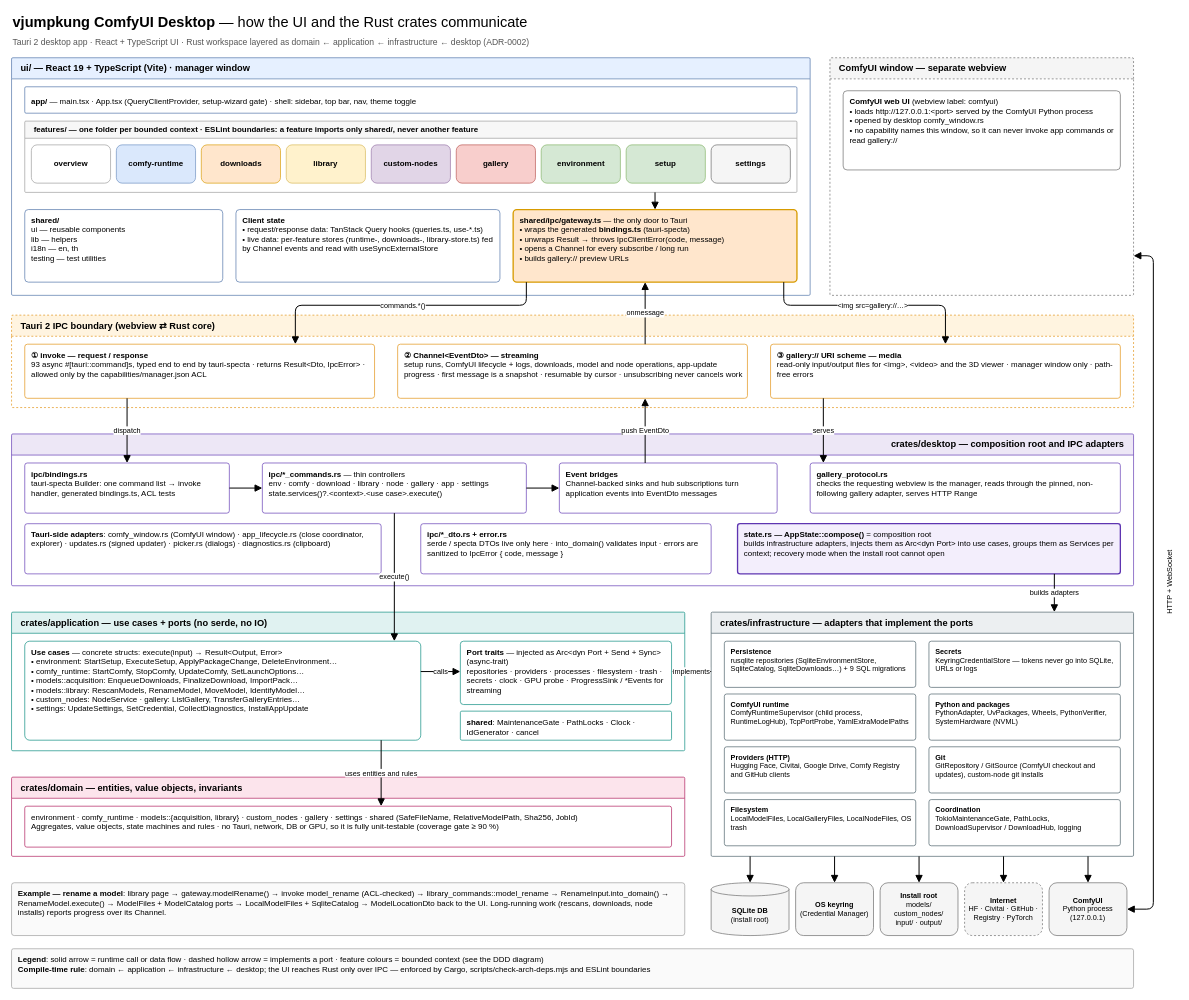
The draw.io diagram docs/diagrams/ui-crates-communication.drawio in vjumpkung/vjump-comfyui-portable-with-resource-manager, before the edit. Source tidied: cells renumbered, new cells numbered last; positions are measured from the earlier drawing's top-left corner, leaving out a move shared by most shapes. Both pictures are drawn from the tidied source at 66%, with x=0, y=0 at pixel (11, 11).
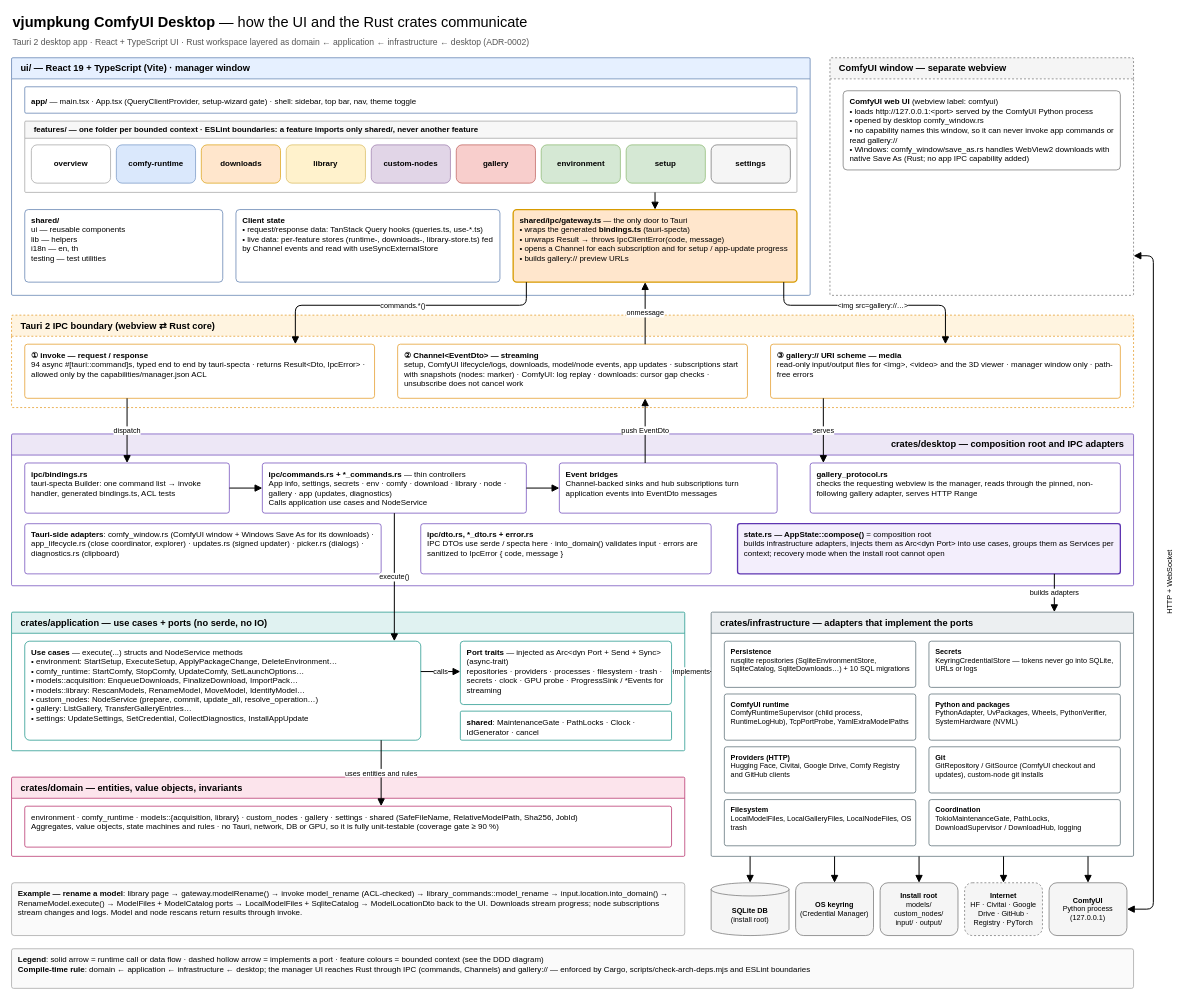
Above is the later version.

The change refers to these unchanged cells:
```xml
<mxCell id="4" value="ui/ — React 19 + TypeScript (Vite) · manager window" style="swimlane;startSize=32;rounded=1;arcSize=2;html=1;whiteSpace=wrap;fontStyle=1;fontSize=14;align=left;spacingLeft=12;fillColor=#e6f0ff;strokeColor=#4a6fa5;swimlaneFillColor=#ffffff;" parent="1" vertex="1">
  <mxGeometry y="70" width="1210" height="360" as="geometry" />
</mxCell>
<mxCell id="19" value="ComfyUI window — separate webview" style="swimlane;startSize=32;rounded=1;arcSize=2;html=1;whiteSpace=wrap;fontStyle=1;fontSize=14;align=left;spacingLeft=12;fillColor=#f5f5f5;strokeColor=#666666;swimlaneFillColor=#ffffff;dashed=1;" parent="1" vertex="1">
  <mxGeometry x="1240" y="70" width="460" height="360" as="geometry" />
</mxCell>
<mxCell id="21" value="Tauri 2 IPC boundary (webview ⇄ Rust core)" style="swimlane;startSize=32;rounded=1;arcSize=2;html=1;whiteSpace=wrap;fontStyle=1;fontSize=14;align=left;spacingLeft=12;fillColor=#fff4e0;strokeColor=#e08e0b;swimlaneFillColor=#ffffff;dashed=1;" parent="1" vertex="1">
  <mxGeometry y="460" width="1700" height="140" as="geometry" />
</mxCell>
<mxCell id="25" value="crates/desktop — composition root and IPC adapters" style="swimlane;startSize=32;rounded=1;arcSize=2;html=1;whiteSpace=wrap;fontStyle=1;fontSize=14;align=left;spacingLeft=12;fillColor=#ede7f6;strokeColor=#5e35b1;swimlaneFillColor=#ffffff;align=right;spacingRight=12;" parent="1" vertex="1">
  <mxGeometry y="640" width="1700" height="230" as="geometry" />
</mxCell>
<mxCell id="33" value="crates/application — use cases + ports (no serde, no IO)" style="swimlane;startSize=32;rounded=1;arcSize=2;html=1;whiteSpace=wrap;fontStyle=1;fontSize=14;align=left;spacingLeft=12;fillColor=#e0f2f1;strokeColor=#00897b;swimlaneFillColor=#ffffff;" parent="1" vertex="1">
  <mxGeometry y="910" width="1020" height="210" as="geometry" />
</mxCell>
<mxCell id="39" value="crates/infrastructure — adapters that implement the ports" style="swimlane;startSize=32;rounded=1;arcSize=2;html=1;whiteSpace=wrap;fontStyle=1;fontSize=14;align=left;spacingLeft=12;fillColor=#eceff1;strokeColor=#455a64;swimlaneFillColor=#ffffff;" parent="1" vertex="1">
  <mxGeometry x="1060" y="910" width="640" height="370" as="geometry" />
</mxCell>
```

What changed in the source:
```diff
@@
-    <mxCell id="18" value="&lt;b&gt;shared/ipc/gateway.ts&lt;/b&gt; — the only door to Tauri&lt;br&gt;• wraps the generated &lt;b&gt;bindings.ts&lt;/b&gt; (tauri-specta)&lt;br&gt;• unwraps Result → throws IpcClientError(code, message)&lt;br&gt;• opens a Channel for every subscribe / long run&lt;br&gt;• builds gallery:// preview URLs" style="rounded=1;arcSize=5;whiteSpace=wrap;html=1;align=left;verticalAlign=top;spacingLeft=8;spacingRight=6;spacingTop=3;fontSize=12;fillColor=#ffe6cc;strokeColor=#d79b00;strokeWidth=2;" parent="4" vertex="1">
+    <mxCell id="18" value="&lt;b&gt;shared/ipc/gateway.ts&lt;/b&gt; — the only door to Tauri&lt;br&gt;• wraps the generated &lt;b&gt;bindings.ts&lt;/b&gt; (tauri-specta)&lt;br&gt;• unwraps Result → throws IpcClientError(code, message)&lt;br&gt;• opens a Channel for each subscription and for setup / app-update progress&lt;br&gt;• builds gallery:// preview URLs" style="rounded=1;arcSize=5;whiteSpace=wrap;html=1;align=left;verticalAlign=top;spacingLeft=8;spacingRight=6;spacingTop=3;fontSize=12;fillColor=#ffe6cc;strokeColor=#d79b00;strokeWidth=2;" parent="4" vertex="1">
       <mxGeometry x="760" y="230" width="430" height="110" as="geometry" />
     </mxCell>
@@
-    <mxCell id="20" value="&lt;b&gt;ComfyUI web UI&lt;/b&gt; (webview label: comfyui)&lt;br&gt;• loads http://127.0.0.1:&amp;lt;port&amp;gt; served by the ComfyUI Python process&lt;br&gt;• opened by desktop comfy_window.rs&lt;br&gt;• no capability names this window, so it can never invoke app commands or read gallery://" style="rounded=1;arcSize=5;whiteSpace=wrap;html=1;align=left;verticalAlign=top;spacingLeft=8;spacingRight=6;spacingTop=3;fontSize=12;fillColor=#ffffff;strokeColor=#666666;strokeWidth=1;" parent="19" vertex="1">
+    <mxCell id="20" value="&lt;b&gt;ComfyUI web UI&lt;/b&gt; (webview label: comfyui)&lt;br&gt;• loads http://127.0.0.1:&amp;lt;port&amp;gt; served by the ComfyUI Python process&lt;br&gt;• opened by desktop comfy_window.rs&lt;br&gt;• no capability names this window, so it can never invoke app commands or read gallery://&lt;br&gt;• Windows: comfy_window/save_as.rs handles WebView2 downloads with native Save As (Rust; no app IPC capability added)" style="rounded=1;arcSize=5;whiteSpace=wrap;html=1;align=left;verticalAlign=top;spacingLeft=8;spacingRight=6;spacingTop=3;fontSize=12;fillColor=#ffffff;strokeColor=#666666;strokeWidth=1;" parent="19" vertex="1">
       <mxGeometry x="20" y="50" width="420" height="120" as="geometry" />
     </mxCell>
@@
-    <mxCell id="22" value="&lt;b&gt;① invoke — request / response&lt;/b&gt;&lt;br&gt;93 async #[tauri::command]s, typed end to end by tauri-specta · returns Result&amp;lt;Dto, IpcError&amp;gt; · allowed only by the capabilities/manager.json ACL" style="rounded=1;arcSize=5;whiteSpace=wrap;html=1;align=left;verticalAlign=top;spacingLeft=8;spacingRight=6;spacingTop=3;fontSize=12;fillColor=#ffffff;strokeColor=#e08e0b;strokeWidth=1;" parent="21" vertex="1">
+    <mxCell id="22" value="&lt;b&gt;① invoke — request / response&lt;/b&gt;&lt;br&gt;94 async #[tauri::command]s, typed end to end by tauri-specta · returns Result&amp;lt;Dto, IpcError&amp;gt; · allowed only by the capabilities/manager.json ACL" style="rounded=1;arcSize=5;whiteSpace=wrap;html=1;align=left;verticalAlign=top;spacingLeft=8;spacingRight=6;spacingTop=3;fontSize=12;fillColor=#ffffff;strokeColor=#e08e0b;strokeWidth=1;" parent="21" vertex="1">
       <mxGeometry x="20" y="44" width="530" height="82" as="geometry" />
     </mxCell>
-    <mxCell id="23" value="&lt;b&gt;② Channel&amp;lt;EventDto&amp;gt; — streaming&lt;/b&gt;&lt;br&gt;setup runs, ComfyUI lifecycle + logs, downloads, model and node operations, app-update progress · first message is a snapshot · resumable by cursor · unsubscribing never cancels work" style="rounded=1;arcSize=5;whiteSpace=wrap;html=1;align=left;verticalAlign=top;spacingLeft=8;spacingRight=6;spacingTop=3;fontSize=12;fillColor=#ffffff;strokeColor=#e08e0b;strokeWidth=1;" parent="21" vertex="1">
+    <mxCell id="23" value="&lt;b&gt;② Channel&amp;lt;EventDto&amp;gt; — streaming&lt;/b&gt;&lt;br&gt;setup, ComfyUI lifecycle/logs, downloads, model/node events, app updates · subscriptions start with snapshots (nodes: marker) · ComfyUI: log replay · downloads: cursor gap checks · unsubscribe does not cancel work" style="rounded=1;arcSize=5;whiteSpace=wrap;html=1;align=left;verticalAlign=top;spacingLeft=8;spacingRight=6;spacingTop=3;fontSize=12;fillColor=#ffffff;strokeColor=#e08e0b;strokeWidth=1;" parent="21" vertex="1">
       <mxGeometry x="585" y="44" width="530" height="82" as="geometry" />
     </mxCell>
@@
-    <mxCell id="27" value="&lt;b&gt;ipc/*_commands.rs&lt;/b&gt; — thin controllers&lt;br&gt;env · comfy · download · library · node · gallery · app · settings&lt;br&gt;state.services()?.&amp;lt;context&amp;gt;.&amp;lt;use case&amp;gt;.execute()" style="rounded=1;arcSize=5;whiteSpace=wrap;html=1;align=left;verticalAlign=top;spacingLeft=8;spacingRight=6;spacingTop=3;fontSize=12;fillColor=#ffffff;strokeColor=#5e35b1;strokeWidth=1;" parent="25" vertex="1">
+    <mxCell id="27" value="&lt;b&gt;ipc/commands.rs + *_commands.rs&lt;/b&gt; — thin controllers&lt;br&gt;App info, settings, secrets · env · comfy · download · library · node · gallery · app (updates, diagnostics)&lt;br&gt;Calls application use cases and NodeService" style="rounded=1;arcSize=5;whiteSpace=wrap;html=1;align=left;verticalAlign=top;spacingLeft=8;spacingRight=6;spacingTop=3;fontSize=12;fillColor=#ffffff;strokeColor=#5e35b1;strokeWidth=1;" parent="25" vertex="1">
       <mxGeometry x="380" y="44" width="400" height="76" as="geometry" />
     </mxCell>
@@
-    <mxCell id="30" value="&lt;b&gt;Tauri-side adapters&lt;/b&gt;: comfy_window.rs (ComfyUI window) · app_lifecycle.rs (close coordinator, explorer) · updates.rs (signed updater) · picker.rs (dialogs) · diagnostics.rs (clipboard)" style="rounded=1;arcSize=5;whiteSpace=wrap;html=1;align=left;verticalAlign=top;spacingLeft=8;spacingRight=6;spacingTop=3;fontSize=12;fillColor=#ffffff;strokeColor=#5e35b1;strokeWidth=1;" parent="25" vertex="1">
+    <mxCell id="30" value="&lt;b&gt;Tauri-side adapters&lt;/b&gt;: comfy_window.rs (ComfyUI window + Windows Save As for its downloads) · app_lifecycle.rs (close coordinator, explorer) · updates.rs (signed updater) · picker.rs (dialogs) · diagnostics.rs (clipboard)" style="rounded=1;arcSize=5;whiteSpace=wrap;html=1;align=left;verticalAlign=top;spacingLeft=8;spacingRight=6;spacingTop=3;fontSize=12;fillColor=#ffffff;strokeColor=#5e35b1;strokeWidth=1;" parent="25" vertex="1">
       <mxGeometry x="20" y="136" width="540" height="76" as="geometry" />
     </mxCell>
-    <mxCell id="31" value="&lt;b&gt;ipc/*_dto.rs + error.rs&lt;/b&gt;&lt;br&gt;serde / specta DTOs live only here · into_domain() validates input · errors are sanitized to IpcError { code, message }" style="rounded=1;arcSize=5;whiteSpace=wrap;html=1;align=left;verticalAlign=top;spacingLeft=8;spacingRight=6;spacingTop=3;fontSize=12;fillColor=#ffffff;strokeColor=#5e35b1;strokeWidth=1;" parent="25" vertex="1">
+    <mxCell id="31" value="&lt;b&gt;ipc/dto.rs, *_dto.rs + error.rs&lt;/b&gt;&lt;br&gt;IPC DTOs use serde / specta here · into_domain() validates input · errors are sanitized to IpcError { code, message }" style="rounded=1;arcSize=5;whiteSpace=wrap;html=1;align=left;verticalAlign=top;spacingLeft=8;spacingRight=6;spacingTop=3;fontSize=12;fillColor=#ffffff;strokeColor=#5e35b1;strokeWidth=1;" parent="25" vertex="1">
       <mxGeometry x="620" y="136" width="440" height="76" as="geometry" />
     </mxCell>
@@
-    <mxCell id="34" value="&lt;b&gt;Use cases&lt;/b&gt; — concrete structs: execute(input) → Result&amp;lt;Output, Error&amp;gt;&lt;br&gt;• environment: StartSetup, ExecuteSetup, ApplyPackageChange, DeleteEnvironment…&lt;br&gt;• comfy_runtime: StartComfy, StopComfy, UpdateComfy, SetLaunchOptions…&lt;br&gt;• models::acquisition: EnqueueDownloads, FinalizeDownload, ImportPack…&lt;br&gt;• models::library: RescanModels, RenameModel, MoveModel, IdentifyModel…&lt;br&gt;• custom_nodes: NodeService · gallery: ListGallery, TransferGalleryEntries…&lt;br&gt;• settings: UpdateSettings, SetCredential, CollectDiagnostics, InstallAppUpdate" style="rounded=1;arcSize=5;whiteSpace=wrap;html=1;align=left;verticalAlign=top;spacingLeft=8;spacingRight=6;spacingTop=3;fontSize=12;fillColor=#ffffff;strokeColor=#00897b;strokeWidth=1;" parent="33" vertex="1">
+    <mxCell id="34" value="&lt;b&gt;Use cases&lt;/b&gt; — execute(...) structs and NodeService methods&lt;br&gt;• environment: StartSetup, ExecuteSetup, ApplyPackageChange, DeleteEnvironment…&lt;br&gt;• comfy_runtime: StartComfy, StopComfy, UpdateComfy, SetLaunchOptions…&lt;br&gt;• models::acquisition: EnqueueDownloads, FinalizeDownload, ImportPack…&lt;br&gt;• models::library: RescanModels, RenameModel, MoveModel, IdentifyModel…&lt;br&gt;• custom_nodes: NodeService (prepare, commit, update_all, resolve_operation…)&lt;br&gt;• gallery: ListGallery, TransferGalleryEntries…&lt;br&gt;• settings: UpdateSettings, SetCredential, CollectDiagnostics, InstallAppUpdate" style="rounded=1;arcSize=5;whiteSpace=wrap;html=1;align=left;verticalAlign=top;spacingLeft=8;spacingRight=6;spacingTop=3;fontSize=12;fillColor=#ffffff;strokeColor=#00897b;strokeWidth=1;" parent="33" vertex="1">
       <mxGeometry x="20" y="44" width="600" height="150" as="geometry" />
     </mxCell>
@@
-    <mxCell id="40" value="&lt;b&gt;Persistence&lt;/b&gt;&lt;br&gt;rusqlite repositories (SqliteEnvironmentStore, SqliteCatalog, SqliteDownloads…) + 9 SQL migrations" style="rounded=1;arcSize=5;whiteSpace=wrap;html=1;align=left;verticalAlign=top;spacingLeft=8;spacingRight=6;spacingTop=3;fontSize=11;fillColor=#ffffff;strokeColor=#455a64;strokeWidth=1;" parent="39" vertex="1">
+    <mxCell id="40" value="&lt;b&gt;Persistence&lt;/b&gt;&lt;br&gt;rusqlite repositories (SqliteEnvironmentStore, SqliteCatalog, SqliteDownloads…) + 10 SQL migrations" style="rounded=1;arcSize=5;whiteSpace=wrap;html=1;align=left;verticalAlign=top;spacingLeft=8;spacingRight=6;spacingTop=3;fontSize=11;fillColor=#ffffff;strokeColor=#455a64;strokeWidth=1;" parent="39" vertex="1">
       <mxGeometry x="20" y="44" width="290" height="70" as="geometry" />
     </mxCell>
@@
-    <mxCell id="51" value="&lt;b&gt;Internet&lt;/b&gt;&lt;br&gt;HF · Civitai · GitHub · Registry · PyTorch" style="rounded=1;dashed=1;whiteSpace=wrap;html=1;fontSize=11;fillColor=#f5f5f5;strokeColor=#666666;" parent="1" vertex="1">
+    <mxCell id="51" value="&lt;b&gt;Internet&lt;/b&gt;&lt;br&gt;HF · Civitai · Google Drive · GitHub · Registry · PyTorch" style="rounded=1;dashed=1;whiteSpace=wrap;html=1;fontSize=11;fillColor=#f5f5f5;strokeColor=#666666;" parent="1" vertex="1">
       <mxGeometry x="1444" y="1320" width="118" height="80" as="geometry" />
     </mxCell>
@@
-    <mxCell id="53" value="&lt;b&gt;Example — rename a model&lt;/b&gt;: library page → gateway.modelRename() → invoke model_rename (ACL-checked) → library_commands::model_rename → RenameInput.into_domain() → RenameModel.execute() → ModelFiles + ModelCatalog ports → LocalModelFiles + SqliteCatalog → ModelLocationDto back to the UI. Long-running work (rescans, downloads, node installs) reports progress over its Channel." style="rounded=1;arcSize=5;whiteSpace=wrap;html=1;align=left;verticalAlign=top;spacingLeft=8;spacingRight=6;spacingTop=3;fontSize=12;fillColor=#fafafa;strokeColor=#999999;strokeWidth=1;" parent="1" vertex="1">
+    <mxCell id="53" value="&lt;b&gt;Example — rename a model&lt;/b&gt;: library page → gateway.modelRename() → invoke model_rename (ACL-checked) → library_commands::model_rename → input.location.into_domain() → RenameModel.execute() → ModelFiles + ModelCatalog ports → LocalModelFiles + SqliteCatalog → ModelLocationDto back to the UI. Downloads stream progress; node subscriptions stream changes and logs. Model and node rescans return results through invoke." style="rounded=1;arcSize=5;whiteSpace=wrap;html=1;align=left;verticalAlign=top;spacingLeft=8;spacingRight=6;spacingTop=3;fontSize=12;fillColor=#fafafa;strokeColor=#999999;strokeWidth=1;" parent="1" vertex="1">
       <mxGeometry y="1320" width="1020" height="80" as="geometry" />
     </mxCell>
-    <mxCell id="54" value="&lt;b&gt;Legend&lt;/b&gt;: solid arrow = runtime call or data flow · dashed hollow arrow = implements a port · feature colours = bounded context (see the DDD diagram)&lt;br&gt;&lt;b&gt;Compile-time rule&lt;/b&gt;: domain ← application ← infrastructure ← desktop; the UI reaches Rust only over IPC — enforced by Cargo, scripts/check-arch-deps.mjs and ESLint boundaries" style="rounded=1;arcSize=5;whiteSpace=wrap;html=1;align=left;verticalAlign=top;spacingLeft=8;spacingRight=6;spacingTop=3;fontSize=12;fillColor=#fafafa;strokeColor=#999999;strokeWidth=1;" parent="1" vertex="1">
+    <mxCell id="54" value="&lt;b&gt;Legend&lt;/b&gt;: solid arrow = runtime call or data flow · dashed hollow arrow = implements a port · feature colours = bounded context (see the DDD diagram)&lt;br&gt;&lt;b&gt;Compile-time rule&lt;/b&gt;: domain ← application ← infrastructure ← desktop; the manager UI reaches Rust through IPC (commands, Channels) and gallery:// — enforced by Cargo, scripts/check-arch-deps.mjs and ESLint boundaries" style="rounded=1;arcSize=5;whiteSpace=wrap;html=1;align=left;verticalAlign=top;spacingLeft=8;spacingRight=6;spacingTop=3;fontSize=12;fillColor=#fafafa;strokeColor=#999999;strokeWidth=1;" parent="1" vertex="1">
       <mxGeometry y="1420" width="1700" height="60" as="geometry" />
     </mxCell>
```
